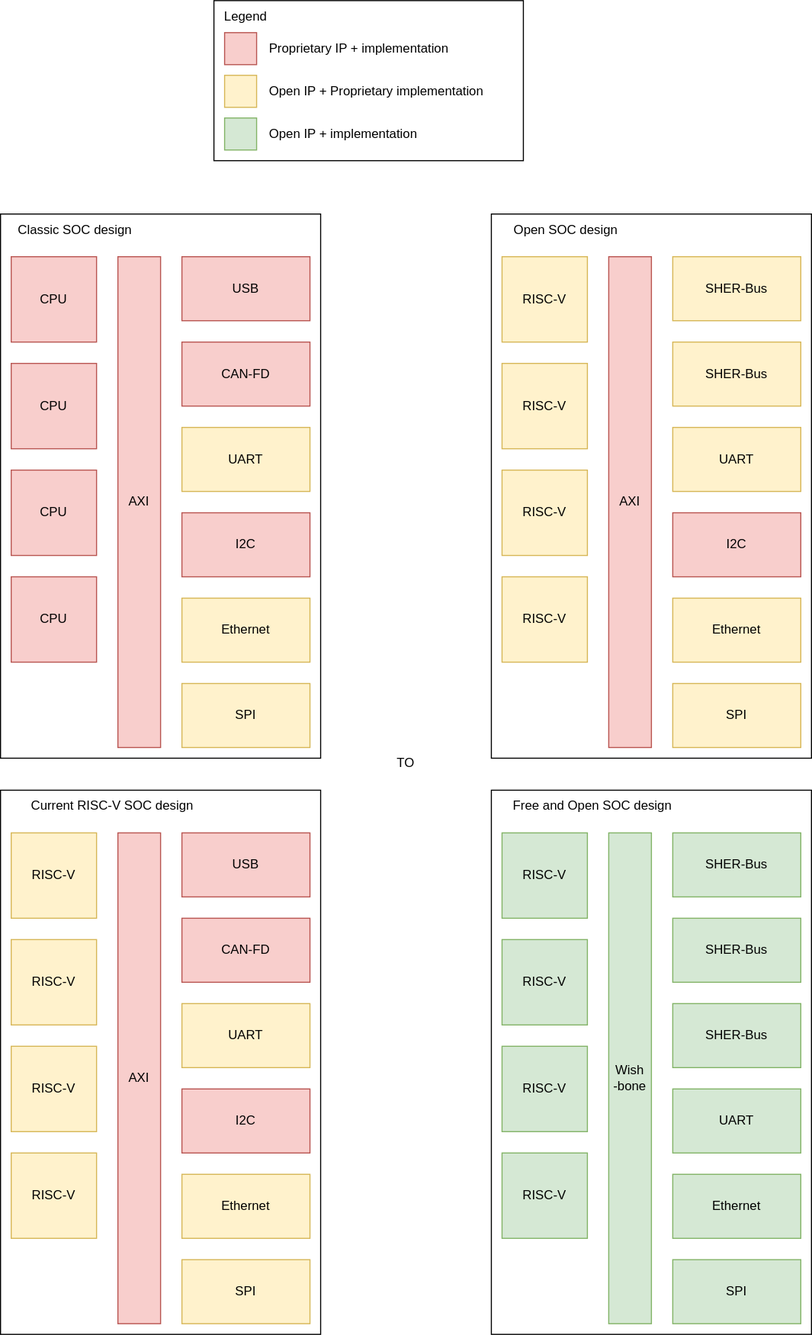
cdg66/BUS_figures keeps this draw.io diagram as SOC.svg. Above is the earlier version. Source tidied: cells renumbered, new cells last; positions are measured from the earlier drawing's top-left corner, leaving out a move shared by most shapes.
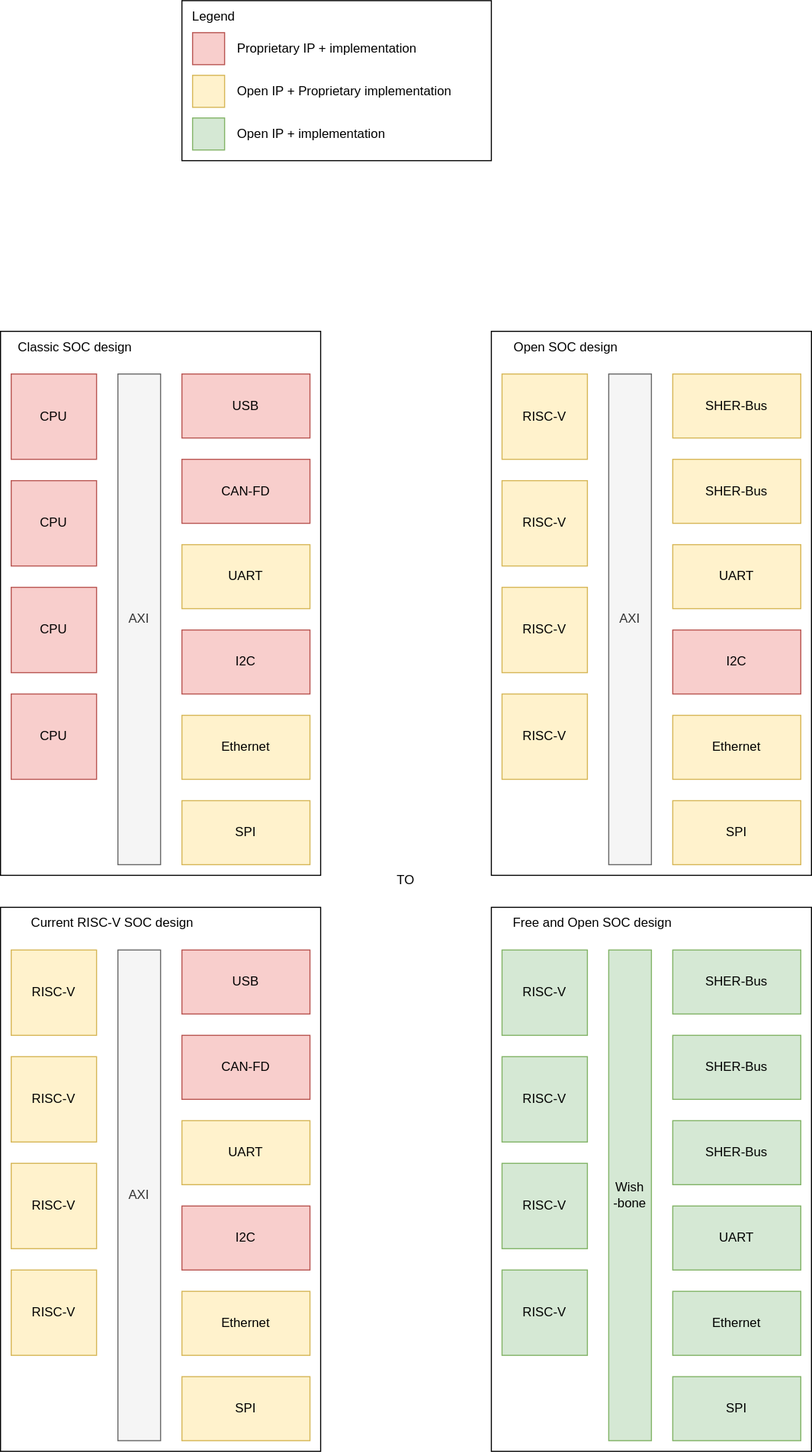
After the commit.

Diff of the diagram source:
```diff
@@ -6,7 +6,7 @@
       <mxGeometry y="200" width="300" height="510" as="geometry" />
     </mxCell>
     <mxCell id="3" style="rounded=0;whiteSpace=wrap;html=1;" parent="1" vertex="1">
-      <mxGeometry x="200" width="290" height="150" as="geometry" />
+      <mxGeometry x="170" y="-110" width="290" height="150" as="geometry" />
     </mxCell>
     <mxCell id="4" value="CPU" style="whiteSpace=wrap;html=1;fillColor=#f8cecc;strokeColor=#b85450;" parent="1" vertex="1">
       <mxGeometry x="10" y="240" width="80" height="80" as="geometry" />
@@ -23,7 +23,7 @@
     <mxCell id="8" value="I2C" style="rounded=0;whiteSpace=wrap;html=1;fillColor=#f8cecc;strokeColor=#b85450;" parent="1" vertex="1">
       <mxGeometry x="170" y="480" width="120" height="60" as="geometry" />
     </mxCell>
-    <mxCell id="9" value="AXI" style="rounded=0;whiteSpace=wrap;html=1;fillColor=#f8cecc;strokeColor=#b85450;" parent="1" vertex="1">
+    <mxCell id="9" value="AXI" style="rounded=0;whiteSpace=wrap;html=1;fillColor=#f5f5f5;strokeColor=#666666;fontColor=#333333;" parent="1" vertex="1">
       <mxGeometry x="110" y="240" width="40" height="460" as="geometry" />
     </mxCell>
     <mxCell id="10" value="CPU" style="whiteSpace=wrap;html=1;fillColor=#f8cecc;strokeColor=#b85450;" parent="1" vertex="1">
@@ -42,25 +42,25 @@
       <mxGeometry x="10" y="200" width="120" height="30" as="geometry" />
     </mxCell>
     <mxCell id="15" style="whiteSpace=wrap;html=1;fillColor=#f8cecc;strokeColor=#b85450;" parent="1" vertex="1">
-      <mxGeometry x="210" y="30" width="30" height="30" as="geometry" />
+      <mxGeometry x="180" y="-80" width="30" height="30" as="geometry" />
     </mxCell>
     <mxCell id="16" style="whiteSpace=wrap;html=1;fillColor=#fff2cc;strokeColor=#d6b656;" parent="1" vertex="1">
-      <mxGeometry x="210" y="70" width="30" height="30" as="geometry" />
+      <mxGeometry x="180" y="-40" width="30" height="30" as="geometry" />
     </mxCell>
     <mxCell id="17" value="&lt;div align=&quot;left&quot;&gt;Proprietary IP + implementation&lt;/div&gt;" style="text;html=1;strokeColor=none;fillColor=none;align=left;verticalAlign=middle;whiteSpace=wrap;rounded=0;" parent="1" vertex="1">
-      <mxGeometry x="250" y="30" width="240" height="30" as="geometry" />
+      <mxGeometry x="220" y="-80" width="240" height="30" as="geometry" />
     </mxCell>
     <mxCell id="18" style="whiteSpace=wrap;html=1;fillColor=#d5e8d4;strokeColor=#82b366;" parent="1" vertex="1">
-      <mxGeometry x="210" y="110" width="30" height="30" as="geometry" />
+      <mxGeometry x="180" width="30" height="30" as="geometry" />
     </mxCell>
     <mxCell id="19" value="&lt;div align=&quot;left&quot;&gt;Open IP + implementation&lt;/div&gt;" style="text;html=1;strokeColor=none;fillColor=none;align=left;verticalAlign=middle;whiteSpace=wrap;rounded=0;" parent="1" vertex="1">
-      <mxGeometry x="250" y="110" width="240" height="30" as="geometry" />
+      <mxGeometry x="220" width="240" height="30" as="geometry" />
     </mxCell>
     <mxCell id="20" value="&lt;div align=&quot;left&quot;&gt;Open IP + Proprietary implementation&lt;/div&gt;" style="text;html=1;strokeColor=none;fillColor=none;align=left;verticalAlign=middle;whiteSpace=wrap;rounded=0;" parent="1" vertex="1">
-      <mxGeometry x="250" y="70" width="240" height="30" as="geometry" />
+      <mxGeometry x="220" y="-40" width="240" height="30" as="geometry" />
     </mxCell>
     <mxCell id="21" value="Legend" style="text;html=1;strokeColor=none;fillColor=none;align=center;verticalAlign=middle;whiteSpace=wrap;rounded=0;" parent="1" vertex="1">
-      <mxGeometry x="200" width="60" height="30" as="geometry" />
+      <mxGeometry x="170" y="-110" width="60" height="30" as="geometry" />
     </mxCell>
     <mxCell id="22" style="rounded=0;whiteSpace=wrap;html=1;" parent="1" vertex="1">
       <mxGeometry x="460" y="200" width="300" height="510" as="geometry" />
@@ -74,7 +74,7 @@
     <mxCell id="25" value="I2C" style="rounded=0;whiteSpace=wrap;html=1;fillColor=#f8cecc;strokeColor=#b85450;" parent="1" vertex="1">
       <mxGeometry x="630" y="480" width="120" height="60" as="geometry" />
     </mxCell>
-    <mxCell id="26" value="AXI" style="rounded=0;whiteSpace=wrap;html=1;fillColor=#f8cecc;strokeColor=#b85450;" parent="1" vertex="1">
+    <mxCell id="26" value="AXI" style="rounded=0;whiteSpace=wrap;html=1;fillColor=#f5f5f5;strokeColor=#666666;fontColor=#333333;" parent="1" vertex="1">
       <mxGeometry x="570" y="240" width="40" height="460" as="geometry" />
     </mxCell>
     <mxCell id="27" value="RISC-V" style="whiteSpace=wrap;html=1;fillColor=#fff2cc;strokeColor=#d6b656;" parent="1" vertex="1">
@@ -158,7 +158,7 @@
     <mxCell id="53" value="I2C" style="rounded=0;whiteSpace=wrap;html=1;fillColor=#f8cecc;strokeColor=#b85450;" parent="1" vertex="1">
       <mxGeometry x="170" y="1020" width="120" height="60" as="geometry" />
     </mxCell>
-    <mxCell id="54" value="AXI" style="rounded=0;whiteSpace=wrap;html=1;fillColor=#f8cecc;strokeColor=#b85450;" parent="1" vertex="1">
+    <mxCell id="54" value="AXI" style="rounded=0;whiteSpace=wrap;html=1;fillColor=#f5f5f5;strokeColor=#666666;fontColor=#333333;" parent="1" vertex="1">
       <mxGeometry x="110" y="780" width="40" height="460" as="geometry" />
     </mxCell>
     <mxCell id="55" value="RISC-V" style="whiteSpace=wrap;html=1;fillColor=#fff2cc;strokeColor=#d6b656;" parent="1" vertex="1">
```
